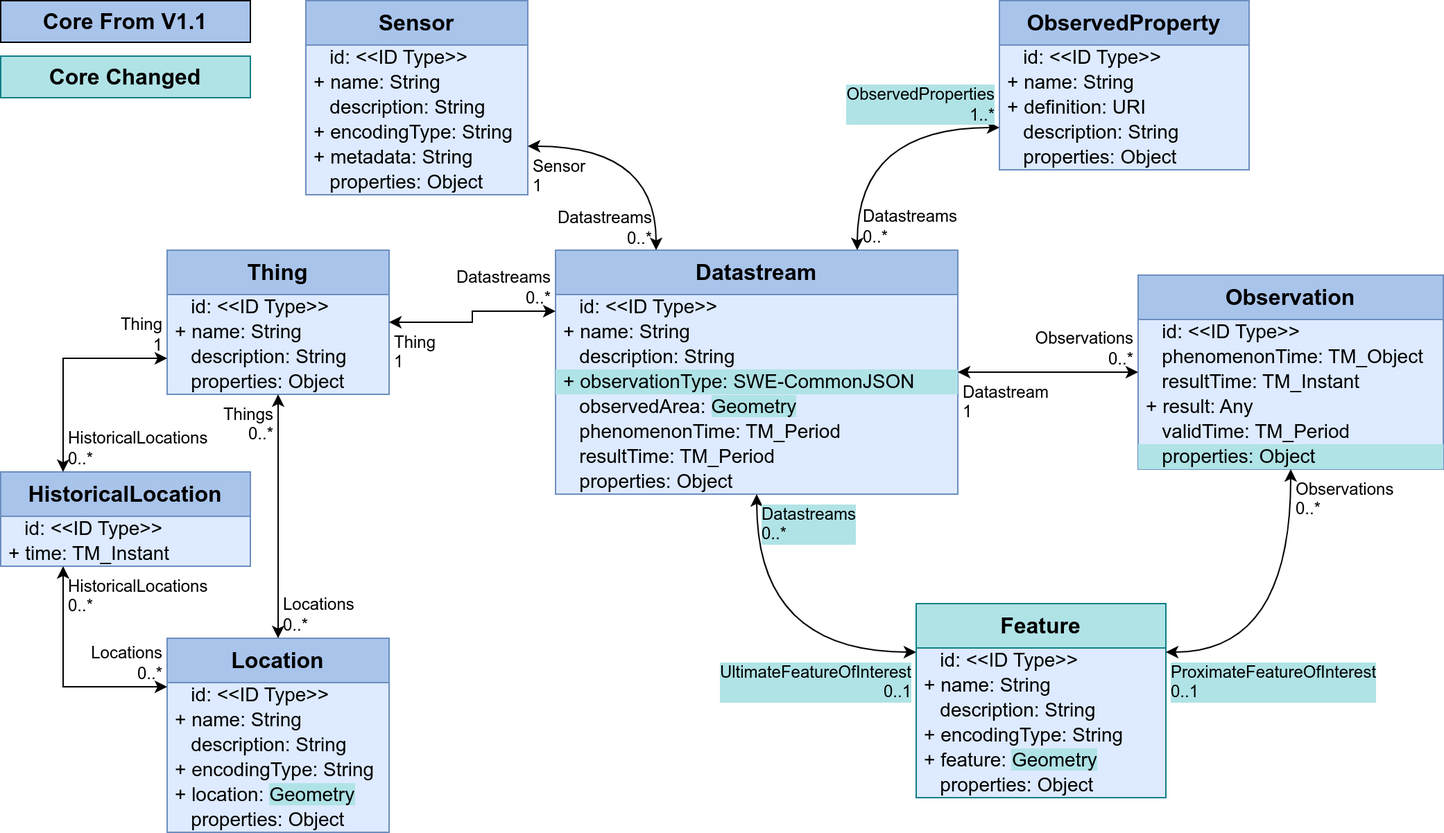
The draw.io diagram figures/Datamodel-SensorThingsApi-V2-proposal-1-minimal.drawio.png in opengeospatial/sensorthings, before a commit. Source tidied: cells renumbered, new cells last; positions are measured from the earlier drawing's top-left corner, leaving out a move shared by most shapes.
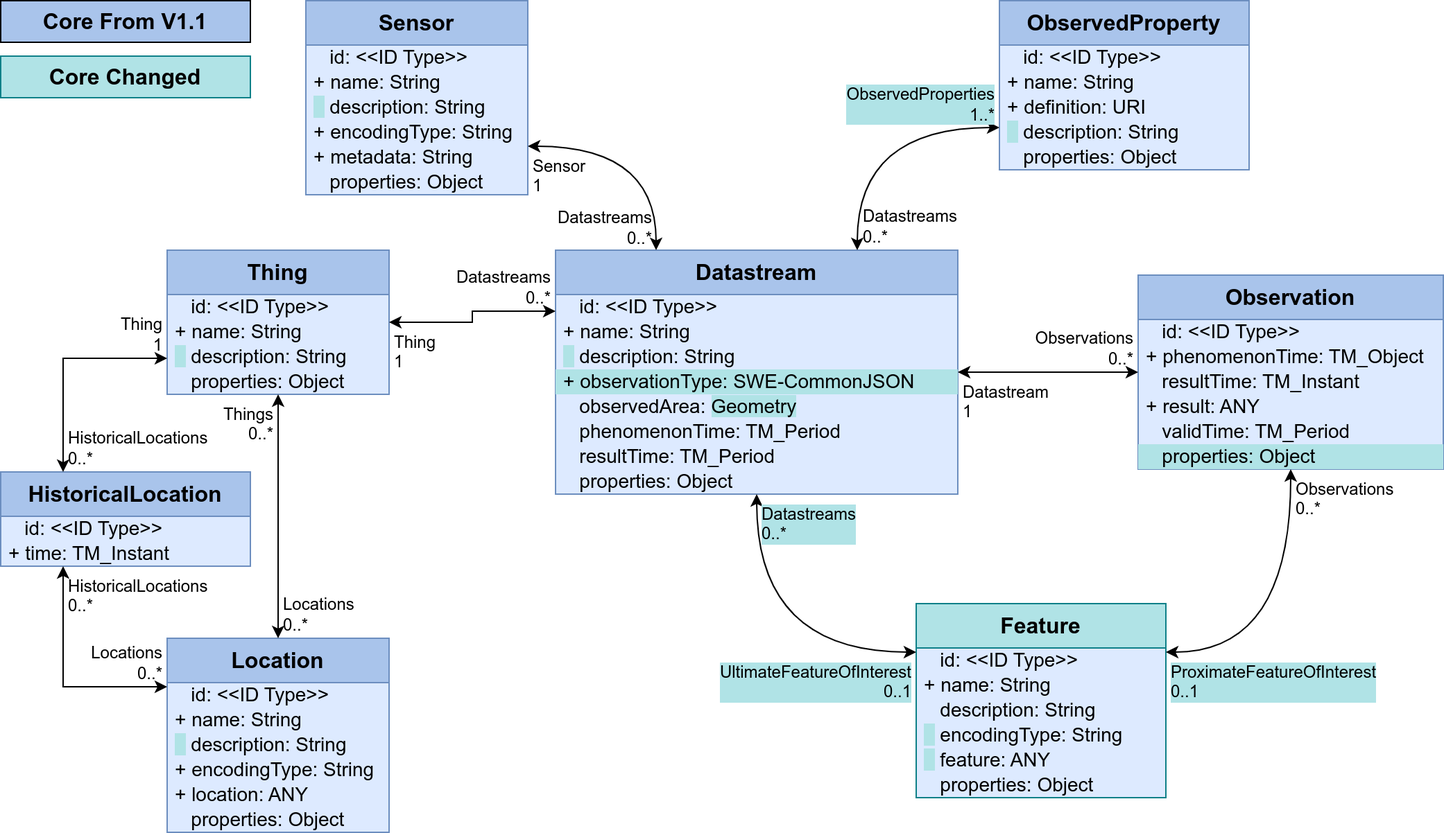
The same diagram one commit later.

The edit, as a diff of the source:
```diff
@@ -11,7 +11,7 @@
     <mxCell id="4" value="+ name: String" style="text;strokeColor=none;fillColor=none;align=left;verticalAlign=middle;spacingLeft=4;spacingRight=4;overflow=visible;html=1;fontSize=14;" parent="2" vertex="1">
       <mxGeometry y="50" width="290" height="18" as="geometry" />
     </mxCell>
-    <mxCell id="5" value="&amp;nbsp; &amp;nbsp;description: String" style="text;strokeColor=none;fillColor=none;align=left;verticalAlign=middle;spacingLeft=4;spacingRight=4;overflow=visible;html=1;fontSize=14;" parent="2" vertex="1">
+    <mxCell id="5" value="&lt;span style=&quot;background-color: rgb(176, 227, 230);&quot;&gt;&amp;nbsp; &lt;/span&gt;&amp;nbsp;description: String" style="text;strokeColor=none;fillColor=none;align=left;verticalAlign=middle;spacingLeft=4;spacingRight=4;overflow=visible;html=1;fontSize=14;" parent="2" vertex="1">
       <mxGeometry y="68" width="290" height="18" as="geometry" />
     </mxCell>
     <mxCell id="6" value="+ observationType: SWE-CommonJSON" style="text;strokeColor=none;fillColor=#b0e3e6;align=left;verticalAlign=middle;spacingLeft=4;spacingRight=4;overflow=visible;html=1;fontSize=14;" parent="2" vertex="1">
@@ -41,10 +41,10 @@
     <mxCell id="14" value="&amp;nbsp; &amp;nbsp;description: String" style="text;strokeColor=none;fillColor=none;align=left;verticalAlign=middle;spacingLeft=4;spacingRight=4;overflow=visible;html=1;fontSize=14;" parent="11" vertex="1">
       <mxGeometry y="68" width="180" height="18" as="geometry" />
     </mxCell>
-    <mxCell id="15" value="+ encodingType: String" style="text;strokeColor=none;fillColor=none;align=left;verticalAlign=middle;spacingLeft=4;spacingRight=4;overflow=visible;html=1;fontSize=14;" parent="11" vertex="1">
+    <mxCell id="15" value="&lt;span style=&quot;background-color: rgb(176, 227, 230);&quot;&gt;&amp;nbsp; &lt;/span&gt;&amp;nbsp;encodingType: String" style="text;strokeColor=none;fillColor=none;align=left;verticalAlign=middle;spacingLeft=4;spacingRight=4;overflow=visible;html=1;fontSize=14;" parent="11" vertex="1">
       <mxGeometry y="86" width="180" height="18" as="geometry" />
     </mxCell>
-    <mxCell id="16" value="+ feature: &lt;span style=&quot;background-color: rgb(176, 227, 230);&quot;&gt;Geometry&lt;/span&gt;" style="text;strokeColor=none;fillColor=none;align=left;verticalAlign=middle;spacingLeft=4;spacingRight=4;overflow=visible;html=1;fontSize=14;" parent="11" vertex="1">
+    <mxCell id="16" value="&lt;span style=&quot;background-color: rgb(176, 227, 230);&quot;&gt;&amp;nbsp; &lt;/span&gt;&amp;nbsp;feature: ANY" style="text;strokeColor=none;fillColor=none;align=left;verticalAlign=middle;spacingLeft=4;spacingRight=4;overflow=visible;html=1;fontSize=14;" parent="11" vertex="1">
       <mxGeometry y="104" width="180" height="18" as="geometry" />
     </mxCell>
     <mxCell id="17" value="&amp;nbsp;&amp;nbsp;&amp;nbsp;properties: Object" style="text;strokeColor=none;fillColor=none;align=left;verticalAlign=middle;spacingLeft=4;spacingRight=4;overflow=visible;html=1;fontSize=14;" parent="11" vertex="1">
@@ -77,13 +77,13 @@
     <mxCell id="26" value="+ name: String" style="text;strokeColor=none;fillColor=none;align=left;verticalAlign=middle;spacingLeft=4;spacingRight=4;overflow=visible;html=1;fontSize=14;" parent="24" vertex="1">
       <mxGeometry y="50" width="160" height="18" as="geometry" />
     </mxCell>
-    <mxCell id="27" value="&amp;nbsp; &amp;nbsp;description: String" style="text;strokeColor=none;fillColor=none;align=left;verticalAlign=middle;spacingLeft=4;spacingRight=4;overflow=visible;html=1;fontSize=14;" parent="24" vertex="1">
+    <mxCell id="27" value="&lt;span style=&quot;background-color: rgb(176, 227, 230);&quot;&gt;&amp;nbsp; &lt;/span&gt;&amp;nbsp;description: String" style="text;strokeColor=none;fillColor=none;align=left;verticalAlign=middle;spacingLeft=4;spacingRight=4;overflow=visible;html=1;fontSize=14;" parent="24" vertex="1">
       <mxGeometry y="68" width="160" height="18" as="geometry" />
     </mxCell>
     <mxCell id="28" value="+ encodingType: String" style="text;strokeColor=none;fillColor=none;align=left;verticalAlign=middle;spacingLeft=4;spacingRight=4;overflow=visible;html=1;fontSize=14;" parent="24" vertex="1">
       <mxGeometry y="86" width="160" height="18" as="geometry" />
     </mxCell>
-    <mxCell id="29" value="+ location: &lt;span style=&quot;background-color: rgb(176, 227, 230);&quot;&gt;Geometry&lt;/span&gt;" style="text;strokeColor=none;fillColor=none;align=left;verticalAlign=middle;spacingLeft=4;spacingRight=4;overflow=visible;html=1;fontSize=14;" parent="24" vertex="1">
+    <mxCell id="29" value="+ location: ANY" style="text;strokeColor=none;fillColor=none;align=left;verticalAlign=middle;spacingLeft=4;spacingRight=4;overflow=visible;html=1;fontSize=14;" parent="24" vertex="1">
       <mxGeometry y="104" width="160" height="18" as="geometry" />
     </mxCell>
     <mxCell id="30" value="&amp;nbsp;&amp;nbsp;&amp;nbsp;properties: Object" style="text;strokeColor=none;fillColor=none;align=left;verticalAlign=middle;spacingLeft=4;spacingRight=4;overflow=visible;html=1;fontSize=14;" parent="24" vertex="1">
@@ -104,13 +104,13 @@
     <mxCell id="35" value="&amp;nbsp;&amp;nbsp;&amp;nbsp;id: &amp;lt;&amp;lt;ID Type&amp;gt;&amp;gt;" style="text;strokeColor=none;fillColor=none;align=left;verticalAlign=middle;spacingLeft=4;spacingRight=4;overflow=visible;html=1;fontSize=14;" parent="34" vertex="1">
       <mxGeometry y="32" width="220" height="18" as="geometry" />
     </mxCell>
-    <mxCell id="36" value="&amp;nbsp;&amp;nbsp;&amp;nbsp;phenomenonTime: TM_Object" style="text;strokeColor=none;fillColor=none;align=left;verticalAlign=middle;spacingLeft=4;spacingRight=4;overflow=visible;html=1;fontSize=14;" parent="34" vertex="1">
+    <mxCell id="36" value="+ phenomenonTime: TM_Object" style="text;strokeColor=none;fillColor=none;align=left;verticalAlign=middle;spacingLeft=4;spacingRight=4;overflow=visible;html=1;fontSize=14;" parent="34" vertex="1">
       <mxGeometry y="50" width="220" height="18" as="geometry" />
     </mxCell>
     <mxCell id="37" value="&amp;nbsp;&amp;nbsp;&amp;nbsp;resultTime: TM_Instant" style="text;strokeColor=none;fillColor=none;align=left;verticalAlign=middle;spacingLeft=4;spacingRight=4;overflow=visible;html=1;fontSize=14;" parent="34" vertex="1">
       <mxGeometry y="68" width="220" height="18" as="geometry" />
     </mxCell>
-    <mxCell id="38" value="+ result: Any" style="text;strokeColor=none;fillColor=none;align=left;verticalAlign=middle;spacingLeft=4;spacingRight=4;overflow=visible;html=1;fontSize=14;" parent="34" vertex="1">
+    <mxCell id="38" value="+ result: ANY" style="text;strokeColor=none;fillColor=none;align=left;verticalAlign=middle;spacingLeft=4;spacingRight=4;overflow=visible;html=1;fontSize=14;" parent="34" vertex="1">
       <mxGeometry y="86" width="220" height="18" as="geometry" />
     </mxCell>
     <mxCell id="39" value="&amp;nbsp;&amp;nbsp;&amp;nbsp;validTime:&amp;nbsp;TM_Period" style="text;strokeColor=none;fillColor=none;align=left;verticalAlign=middle;spacingLeft=4;spacingRight=4;overflow=visible;html=1;fontSize=14;" parent="34" vertex="1">
@@ -149,7 +149,7 @@
     <mxCell id="50" value="+ definition: URI" style="text;strokeColor=none;fillColor=none;align=left;verticalAlign=middle;spacingLeft=4;spacingRight=4;overflow=visible;html=1;fontSize=14;" parent="47" vertex="1">
       <mxGeometry y="68" width="180" height="18" as="geometry" />
     </mxCell>
-    <mxCell id="51" value="&amp;nbsp; &amp;nbsp;description: String" style="text;strokeColor=none;fillColor=none;align=left;verticalAlign=middle;spacingLeft=4;spacingRight=4;overflow=visible;html=1;fontSize=14;" parent="47" vertex="1">
+    <mxCell id="51" value="&lt;span style=&quot;background-color: rgb(176, 227, 230);&quot;&gt;&amp;nbsp; &lt;/span&gt;&amp;nbsp;description: String" style="text;strokeColor=none;fillColor=none;align=left;verticalAlign=middle;spacingLeft=4;spacingRight=4;overflow=visible;html=1;fontSize=14;" parent="47" vertex="1">
       <mxGeometry y="86" width="180" height="18" as="geometry" />
     </mxCell>
     <mxCell id="52" value="&amp;nbsp;&amp;nbsp;&amp;nbsp;properties: Object" style="text;strokeColor=none;fillColor=none;align=left;verticalAlign=middle;spacingLeft=4;spacingRight=4;overflow=visible;html=1;fontSize=14;" parent="47" vertex="1">
@@ -173,7 +173,7 @@
     <mxCell id="58" value="+ name: String" style="text;strokeColor=none;fillColor=none;align=left;verticalAlign=middle;spacingLeft=4;spacingRight=4;overflow=visible;html=1;fontSize=14;" parent="56" vertex="1">
       <mxGeometry y="50" width="160" height="18" as="geometry" />
     </mxCell>
-    <mxCell id="59" value="&amp;nbsp; &amp;nbsp;description: String" style="text;strokeColor=none;fillColor=none;align=left;verticalAlign=middle;spacingLeft=4;spacingRight=4;overflow=visible;html=1;fontSize=14;" parent="56" vertex="1">
+    <mxCell id="59" value="&lt;span style=&quot;background-color: rgb(176, 227, 230);&quot;&gt;&amp;nbsp; &lt;/span&gt;&amp;nbsp;description: String" style="text;strokeColor=none;fillColor=none;align=left;verticalAlign=middle;spacingLeft=4;spacingRight=4;overflow=visible;html=1;fontSize=14;" parent="56" vertex="1">
       <mxGeometry y="68" width="160" height="18" as="geometry" />
     </mxCell>
     <mxCell id="60" value="+ encodingType: String" style="text;strokeColor=none;fillColor=none;align=left;verticalAlign=middle;spacingLeft=4;spacingRight=4;overflow=visible;html=1;fontSize=14;" parent="56" vertex="1">
@@ -203,7 +203,7 @@
     <mxCell id="68" value="+ name: String" style="text;strokeColor=none;fillColor=none;align=left;verticalAlign=middle;spacingLeft=4;spacingRight=4;overflow=visible;html=1;fontSize=14;" parent="66" vertex="1">
       <mxGeometry y="50" width="160" height="18" as="geometry" />
     </mxCell>
-    <mxCell id="69" value="&amp;nbsp; &amp;nbsp;description: String" style="text;strokeColor=none;fillColor=none;align=left;verticalAlign=middle;spacingLeft=4;spacingRight=4;overflow=visible;html=1;fontSize=14;" parent="66" vertex="1">
+    <mxCell id="69" value="&lt;span style=&quot;background-color: rgb(176, 227, 230);&quot;&gt;&amp;nbsp; &lt;/span&gt;&amp;nbsp;description: String" style="text;strokeColor=none;fillColor=none;align=left;verticalAlign=middle;spacingLeft=4;spacingRight=4;overflow=visible;html=1;fontSize=14;" parent="66" vertex="1">
       <mxGeometry y="68" width="160" height="18" as="geometry" />
     </mxCell>
     <mxCell id="70" value="&amp;nbsp;&amp;nbsp;&amp;nbsp;properties: Object" style="text;strokeColor=none;fillColor=none;align=left;verticalAlign=middle;spacingLeft=4;spacingRight=4;overflow=visible;html=1;fontSize=14;" parent="66" vertex="1">
```
